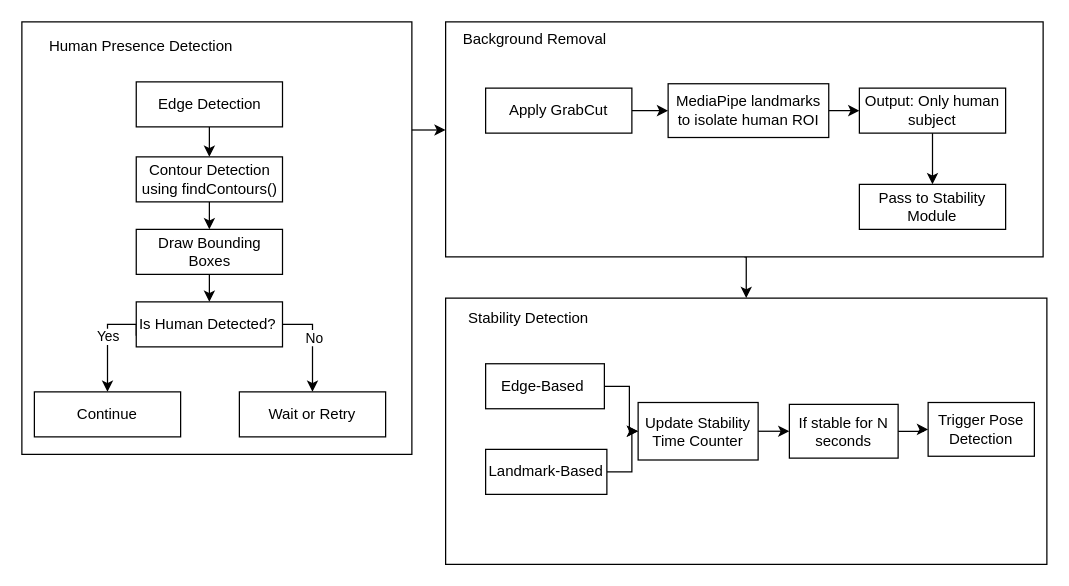
The draw.io diagram Block Diagram/i34 (1).drawio in zeusXtruealpha/Yoga-Project, before the edit. Source tidied: cells renumbered, new cells numbered last; positions are measured from the earlier drawing's top-left corner, leaving out a move shared by most shapes. Both pictures are drawn from the tidied source at 125%, with x=0, y=0 at pixel (21, 21).
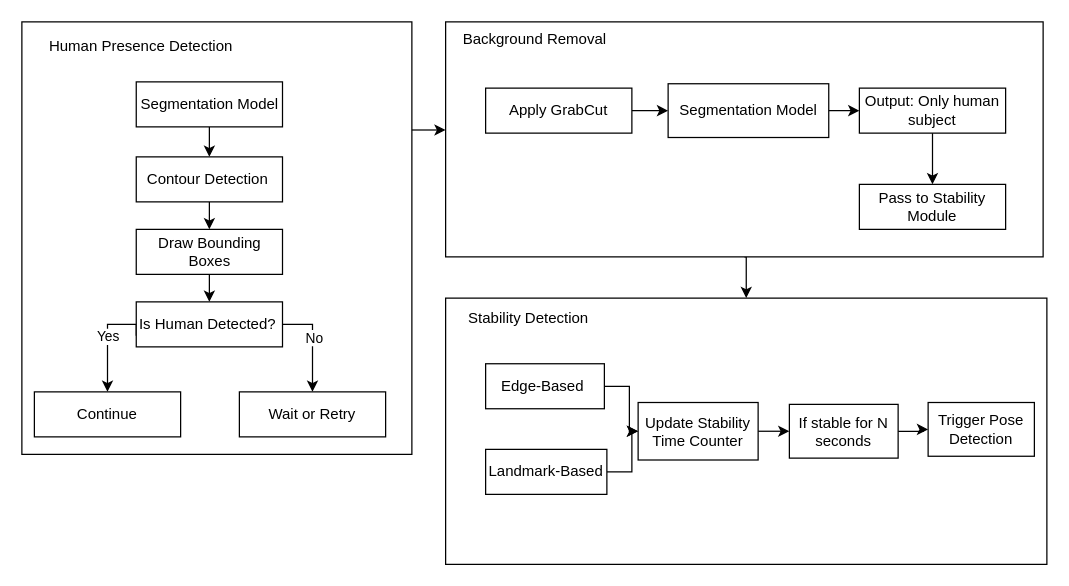
The same diagram, later.

Change to the diagram source:
```diff
@@
-    <mxCell id="5" value="Edge Detection" style="rounded=0;whiteSpace=wrap;html=1;" parent="1" vertex="1">
+    <mxCell id="5" value="Segmentation Model" style="rounded=0;whiteSpace=wrap;html=1;" parent="1" vertex="1">
       <mxGeometry x="91.5" y="48" width="117" height="36" as="geometry" />
     </mxCell>
@@
-    <mxCell id="7" value="Contour Detection using findContours()" style="rounded=0;whiteSpace=wrap;html=1;" parent="1" vertex="1">
+    <mxCell id="7" value="Contour Detection&amp;nbsp;" style="rounded=0;whiteSpace=wrap;html=1;" parent="1" vertex="1">
       <mxGeometry x="91.5" y="108" width="117" height="36" as="geometry" />
     </mxCell>
@@
-    <mxCell id="23" value="MediaPipe landmarks to isolate human ROI" style="rounded=0;whiteSpace=wrap;html=1;" parent="1" vertex="1">
+    <mxCell id="23" value="Segmentation Model" style="rounded=0;whiteSpace=wrap;html=1;" parent="1" vertex="1">
       <mxGeometry x="517" y="49.5" width="128.5" height="43" as="geometry" />
     </mxCell>
```
